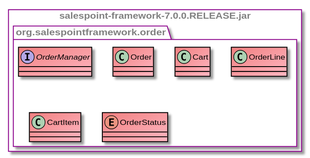
This is src/main/asciidoc/models/design/DesignOrderDepartment.svg from LimitlessGreen/swt18w43, a PlantUML export, as it was before one commit. Source of this version:
```plantuml
@startuml

skinparam class {
	BackgroundColor #LightCoral/LightPink
    BorderColor Black
    ArrowColor  Black
}

skinparam package {
    FontColor Grey
    BorderColor DarkMagenta
}

skinparam classAttributeIconSize 0
skinparam linetype ortho

rectangle salespoint-framework-7.0.0.RELEASE.jar {
    package org.salespointframework.order {
        interface OrderManager {

        }

        class Order {

        }

        class Cart {

        }

        class CartItem {

        }

        together {
        class OrderLine {

        }
        }

        enum OrderStatus {

        }

    }

}

@enduml
```
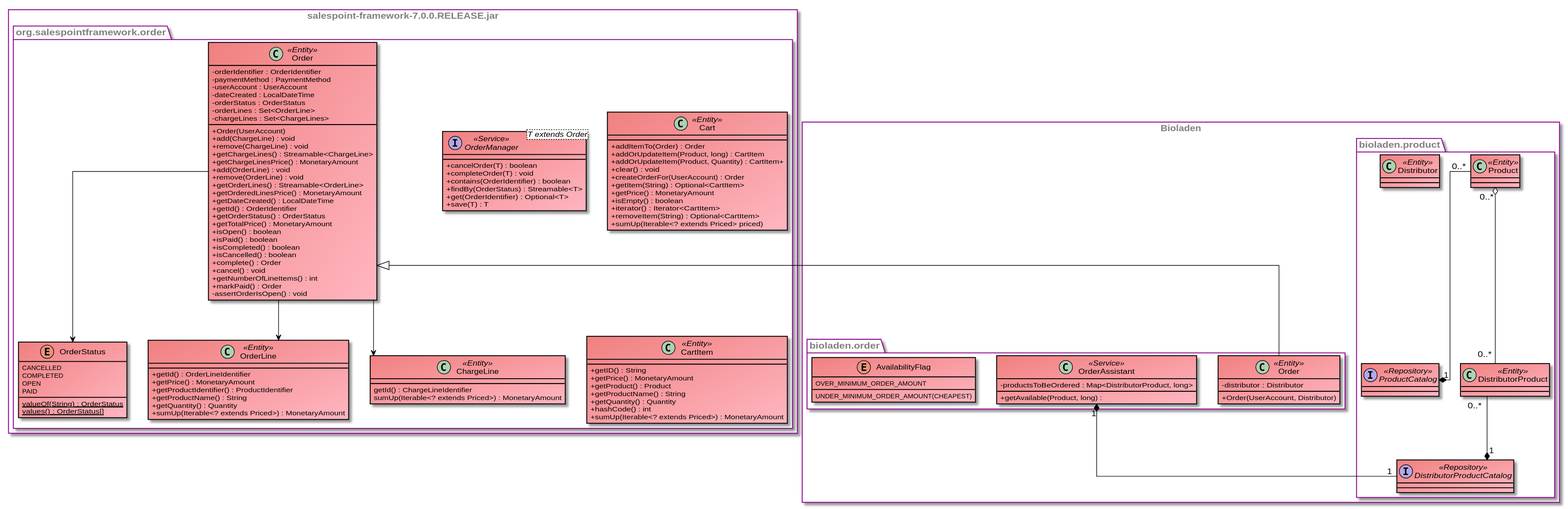
After the commit.

Commit message:
[Design] improved Inventory and added Order

Diff of the diagram source:
```diff
@@ -15,32 +15,161 @@
 skinparam linetype ortho
 
 rectangle salespoint-framework-7.0.0.RELEASE.jar {
-    package org.salespointframework.order {
-        interface OrderManager {
+    namespace org.salespointframework.order {
+        interface OrderManager <T extends Order> <<Service>>{
+            +cancelOrder(T) : boolean
+            +completeOrder(T) : void
+            +contains(OrderIdentifier) : boolean
+            +findBy(OrderStatus) : Streamable<T>
+            +get(OrderIdentifier) : Optional<T>
+            +save(T) : T
+        }
+
+        class Order <<Entity>>{
+            -orderIdentifier : OrderIdentifier
+            -paymentMethod : PaymentMethod
+            -userAccount : UserAccount
+            -dateCreated : LocalDateTime
+            -orderStatus : OrderStatus
+            -orderLines : Set<OrderLine>
+            -chargeLines : Set<ChargeLines>
+
+            +Order(UserAccount)
+            +add(ChargeLine) : void
+            +remove(ChargeLine) : void
+            +getChargeLines() : Streamable<ChargeLine>
+            +getChargeLinesPrice() : MonetaryAmount
+            +add(OrderLine) : void
+            +remove(OrderLine) : void
+            +getOrderLines() : Streamable<OrderLine>
+            +getOrderedLinesPrice() : MonetaryAmount
+            +getDateCreated() : LocalDateTime
+            +getId() : OrderIdentifier
+            +getOrderStatus() : OrderStatus
+            +getTotalPrice() : MonetaryAmount
+            +isOpen() : boolean
+            +isPaid() : boolean
+            +isCompleted() : boolean
+            +isCancelled() : boolean
+            +complete() : Order
+            +cancel() : void
+            +getNumberOfLineItems() : int
+            +markPaid() : Order
+            -assertOrderIsOpen() : void
+        }
+
+        class Cart <<Entity>>{
+            +addItemTo(Order) : Order
+            +addOrUpdateItem(Product, long) : CartItem
+            +addOrUpdateItem(Product, Quantity) : CartItem+
+            +clear() : void
+            +createOrderFor(UserAccount) : Order
+            +getItem(String) : Optional<CartItem>
+            +getPrice() : MonetaryAmount
+            +isEmpty() : boolean
+            +iterator() : Iterator<CartItem>
+            +removeItem(String) : Optional<CartItem>
+            +sumUp(Iterable<? extends Priced> priced)
+        }
+
+        class CartItem <<Entity>>{
+            +getID() : String
+            +getPrice() : MonetaryAmount
+            +getProduct() : Product
+            +getProductName() : String
+            +getQuantity() : Quantity
+            +hashCode() : int
+            +sumUp(Iterable<? extends Priced>) : MonetaryAmount
+        }
+
+        class OrderLine <<Entity>> {
+            +getId() : OrderLineIdentifier
+            +getPrice() : MonetaryAmount
+            +getProductIdentifier() : ProductIdentifier
+            +getProductName() : String
+            +getQuantity() : Quantity
+            +sumUp(Iterable<? extends Priced>) : MonetaryAmount
+        }
+
+        class ChargeLine <<Entity>> {
+            getId() : ChargeLineIdentifier
+            sumUp(Iterable<? extends Priced>) : MonetaryAmount
+        }
+
+        enum OrderStatus {
+            CANCELLED
+            COMPLETED
+            OPEN
+            PAID
+
+            {static} valueOf(String) : OrderStatus
+            {static} values() : OrderStatus[]
+        }
+
+
+        Order --> OrderStatus
+        Order --> OrderLine
+        Order --> ChargeLine
+
+    }
+
+}
+
+
+
+rectangle Bioladen {
+    namespace bioladen.order {
+        class Order <<Entity>> extends org.salespointframework.order.Order {
+            -distributor : Distributor
+
+            +Order(UserAccount, Distributor)
+        }
+
+        class OrderAssistant <<Service>> {
+            -productsToBeOrdered : Map<DistributorProduct, long>
+
+            +getAvailable(Product, long) :
+        }
+
+        enum AvailabilityFlag {
+            UNDER_MINIMUM_ORDER_AMOUNT(CHEAPEST)
+            OVER_MINIMUM_ORDER_AMOUNT
 
         }
 
-        class Order {
+    }
+
+    namespace bioladen.product {
+
+        interface ProductCatalog <<Repository>> {
 
         }
 
-        class Cart {
+        interface DistributorProductCatalog <<Repository>> {
 
         }
 
-        class CartItem {
+        class DistributorProduct <<Entity>> {
 
         }
 
-        together {
-        class OrderLine {
+        class Product <<Entity>> {
 
         }
+
+        class Distributor <<Entity>> {
+
         }
 
-        enum OrderStatus {
 
-        }
+
+        Product "0..*" o-- "0..*" DistributorProduct
+        DistributorProduct "0..*" --* "1" DistributorProductCatalog
+        Product "0..*" --* "1" ProductCatalog
+
+
+        bioladen.order.OrderAssistant "1" *-- "1" DistributorProductCatalog
+
 
     }
 
```
